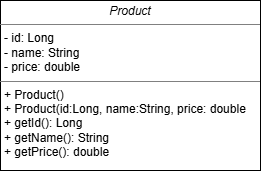
Earlier version of the draw.io export docs/uml/Product.png (VoidCoder010/OOP_Tutorial). Source tidied: cells renumbered, new cells last; positions are measured from the earlier drawing's top-left corner, leaving out a move shared by most shapes. The source it was exported from:
```xml
<mxGraphModel>
  <root>
    <mxCell id="0" />
    <mxCell id="1" parent="0" />
    <mxCell id="2" value="&lt;p style=&quot;margin:0px;margin-top:4px;text-align:center;&quot;&gt;&lt;i&gt;Product&lt;/i&gt;&lt;/p&gt;&lt;hr size=&quot;1&quot; style=&quot;border-style:solid;&quot;&gt;&lt;p style=&quot;margin:0px;margin-left:4px;&quot;&gt;- id: Long&lt;/p&gt;&lt;p style=&quot;margin:0px;margin-left:4px;&quot;&gt;- name: String&lt;/p&gt;&lt;p style=&quot;margin:0px;margin-left:4px;&quot;&gt;- price: double&lt;/p&gt;&lt;hr size=&quot;1&quot; style=&quot;border-style:solid;&quot;&gt;&lt;p style=&quot;margin:0px;margin-left:4px;&quot;&gt;+ Product()&lt;br&gt;+ Product(id:Long, name:String, price: double&lt;/p&gt;&lt;p style=&quot;margin:0px;margin-left:4px;&quot;&gt;+ getId(): Long&lt;/p&gt;&lt;p style=&quot;margin:0px;margin-left:4px;&quot;&gt;+ getName(): String&lt;/p&gt;&lt;p style=&quot;margin:0px;margin-left:4px;&quot;&gt;+ getPrice(): double&lt;/p&gt;" style="verticalAlign=top;align=left;overflow=fill;html=1;whiteSpace=wrap;" parent="1" vertex="1">
      <mxGeometry width="260" height="170" as="geometry" />
    </mxCell>
  </root>
</mxGraphModel>
```
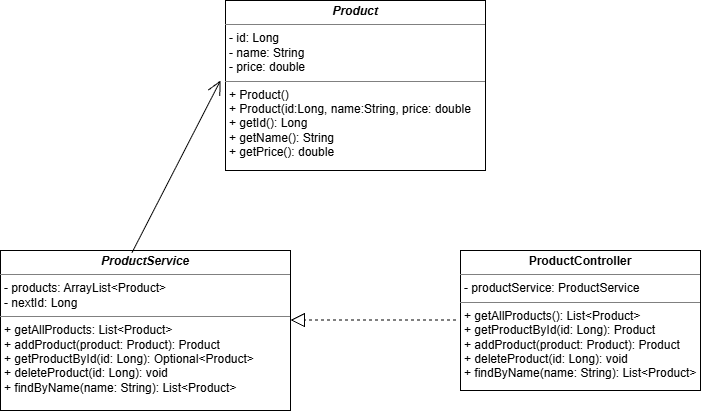
Above is the later version.

Commit message:
New Product UML diagram Replacement

Change to the diagram source:
```diff
@@ -2,8 +2,26 @@
   <root>
     <mxCell id="0" />
     <mxCell id="1" parent="0" />
-    <mxCell id="2" value="&lt;p style=&quot;margin:0px;margin-top:4px;text-align:center;&quot;&gt;&lt;i&gt;Product&lt;/i&gt;&lt;/p&gt;&lt;hr size=&quot;1&quot; style=&quot;border-style:solid;&quot;&gt;&lt;p style=&quot;margin:0px;margin-left:4px;&quot;&gt;- id: Long&lt;/p&gt;&lt;p style=&quot;margin:0px;margin-left:4px;&quot;&gt;- name: String&lt;/p&gt;&lt;p style=&quot;margin:0px;margin-left:4px;&quot;&gt;- price: double&lt;/p&gt;&lt;hr size=&quot;1&quot; style=&quot;border-style:solid;&quot;&gt;&lt;p style=&quot;margin:0px;margin-left:4px;&quot;&gt;+ Product()&lt;br&gt;+ Product(id:Long, name:String, price: double&lt;/p&gt;&lt;p style=&quot;margin:0px;margin-left:4px;&quot;&gt;+ getId(): Long&lt;/p&gt;&lt;p style=&quot;margin:0px;margin-left:4px;&quot;&gt;+ getName(): String&lt;/p&gt;&lt;p style=&quot;margin:0px;margin-left:4px;&quot;&gt;+ getPrice(): double&lt;/p&gt;" style="verticalAlign=top;align=left;overflow=fill;html=1;whiteSpace=wrap;" parent="1" vertex="1">
+    <mxCell id="2" value="&lt;p style=&quot;margin:0px;margin-top:4px;text-align:center;&quot;&gt;&lt;i&gt;&lt;b&gt;Product&lt;/b&gt;&lt;/i&gt;&lt;/p&gt;&lt;hr size=&quot;1&quot; style=&quot;border-style:solid;&quot;&gt;&lt;p style=&quot;margin:0px;margin-left:4px;&quot;&gt;- id: Long&lt;/p&gt;&lt;p style=&quot;margin:0px;margin-left:4px;&quot;&gt;- name: String&lt;/p&gt;&lt;p style=&quot;margin:0px;margin-left:4px;&quot;&gt;- price: double&lt;/p&gt;&lt;hr size=&quot;1&quot; style=&quot;border-style:solid;&quot;&gt;&lt;p style=&quot;margin:0px;margin-left:4px;&quot;&gt;+ Product()&lt;br&gt;+ Product(id:Long, name:String, price: double&lt;/p&gt;&lt;p style=&quot;margin:0px;margin-left:4px;&quot;&gt;+ getId(): Long&lt;/p&gt;&lt;p style=&quot;margin:0px;margin-left:4px;&quot;&gt;+ getName(): String&lt;/p&gt;&lt;p style=&quot;margin:0px;margin-left:4px;&quot;&gt;+ getPrice(): double&lt;/p&gt;" style="verticalAlign=top;align=left;overflow=fill;html=1;whiteSpace=wrap;" parent="1" vertex="1">
       <mxGeometry width="260" height="170" as="geometry" />
     </mxCell>
+    <mxCell id="3" value="&lt;p style=&quot;margin:0px;margin-top:4px;text-align:center;&quot;&gt;&lt;b&gt;ProductController&lt;/b&gt;&lt;/p&gt;&lt;hr size=&quot;1&quot; style=&quot;border-style:solid;&quot;&gt;&lt;p style=&quot;margin:0px;margin-left:4px;&quot;&gt;- productService: ProductService&lt;br&gt;&lt;/p&gt;&lt;hr size=&quot;1&quot; style=&quot;border-style:solid;&quot;&gt;&lt;p style=&quot;margin:0px;margin-left:4px;&quot;&gt;+ getAllProducts(): List&amp;lt;Product&amp;gt;&lt;br&gt;+ getProductById(id: Long): Product&lt;/p&gt;&lt;p style=&quot;margin:0px;margin-left:4px;&quot;&gt;+ addProduct(product: Product): Product&lt;/p&gt;&lt;p style=&quot;margin:0px;margin-left:4px;&quot;&gt;+ deleteProduct(id: Long): void&lt;/p&gt;&lt;p style=&quot;margin:0px;margin-left:4px;&quot;&gt;+ findByName(name: String): List&amp;lt;Product&amp;gt;&lt;/p&gt;" style="verticalAlign=top;align=left;overflow=fill;html=1;whiteSpace=wrap;" parent="1" vertex="1">
+      <mxGeometry x="235" y="250" width="240" height="140" as="geometry" />
+    </mxCell>
+    <mxCell id="4" value="&lt;p style=&quot;margin:0px;margin-top:4px;text-align:center;&quot;&gt;&lt;i&gt;&lt;b&gt;ProductService&lt;/b&gt;&lt;/i&gt;&lt;/p&gt;&lt;hr size=&quot;1&quot; style=&quot;border-style:solid;&quot;&gt;&lt;p style=&quot;margin:0px;margin-left:4px;&quot;&gt;-&amp;nbsp;products: ArrayList&amp;lt;Product&amp;gt;&lt;br&gt;- nextId: Long&lt;/p&gt;&lt;hr size=&quot;1&quot; style=&quot;border-style:solid;&quot;&gt;&lt;p style=&quot;margin:0px;margin-left:4px;&quot;&gt;+ getAllProducts: List&amp;lt;Product&amp;gt;&lt;/p&gt;&lt;p style=&quot;margin:0px;margin-left:4px;&quot;&gt;+ addProduct(product: Product): Product&lt;/p&gt;&lt;p style=&quot;margin:0px;margin-left:4px;&quot;&gt;+ getProductById(id: Long):&amp;nbsp;Optional&amp;lt;Product&amp;gt;&lt;/p&gt;&lt;p style=&quot;margin:0px;margin-left:4px;&quot;&gt;+ deleteProduct(id: Long): void&lt;/p&gt;&lt;p style=&quot;margin:0px;margin-left:4px;&quot;&gt;+ findByName(name: String): List&amp;lt;Product&amp;gt;&lt;/p&gt;" style="verticalAlign=top;align=left;overflow=fill;html=1;whiteSpace=wrap;" parent="1" vertex="1">
+      <mxGeometry x="-225" y="250" width="290" height="160" as="geometry" />
+    </mxCell>
+    <mxCell id="5" style="endArrow=block;dashed=1;endFill=0;endSize=12;html=1;rounded=0;entryX=1.007;entryY=0.547;entryDx=0;entryDy=0;entryPerimeter=0;exitX=-0.01;exitY=0.626;exitDx=0;exitDy=0;exitPerimeter=0;" parent="1" edge="1">
+      <mxGeometry relative="1" as="geometry">
+        <mxPoint x="230.6" y="319.6" as="sourcePoint" />
+        <mxPoint x="65" y="319.5" as="targetPoint" />
+      </mxGeometry>
+    </mxCell>
+    <mxCell id="6" style="endArrow=open;endFill=1;endSize=12;html=1;rounded=0;exitX=0.458;exitY=0.013;exitDx=0;exitDy=0;exitPerimeter=0;" parent="1" edge="1">
+      <mxGeometry relative="1" as="geometry">
+        <mxPoint x="-93.5" y="252.1" as="sourcePoint" />
+        <mxPoint x="-5" y="80" as="targetPoint" />
+      </mxGeometry>
+    </mxCell>
   </root>
 </mxGraphModel>
```
